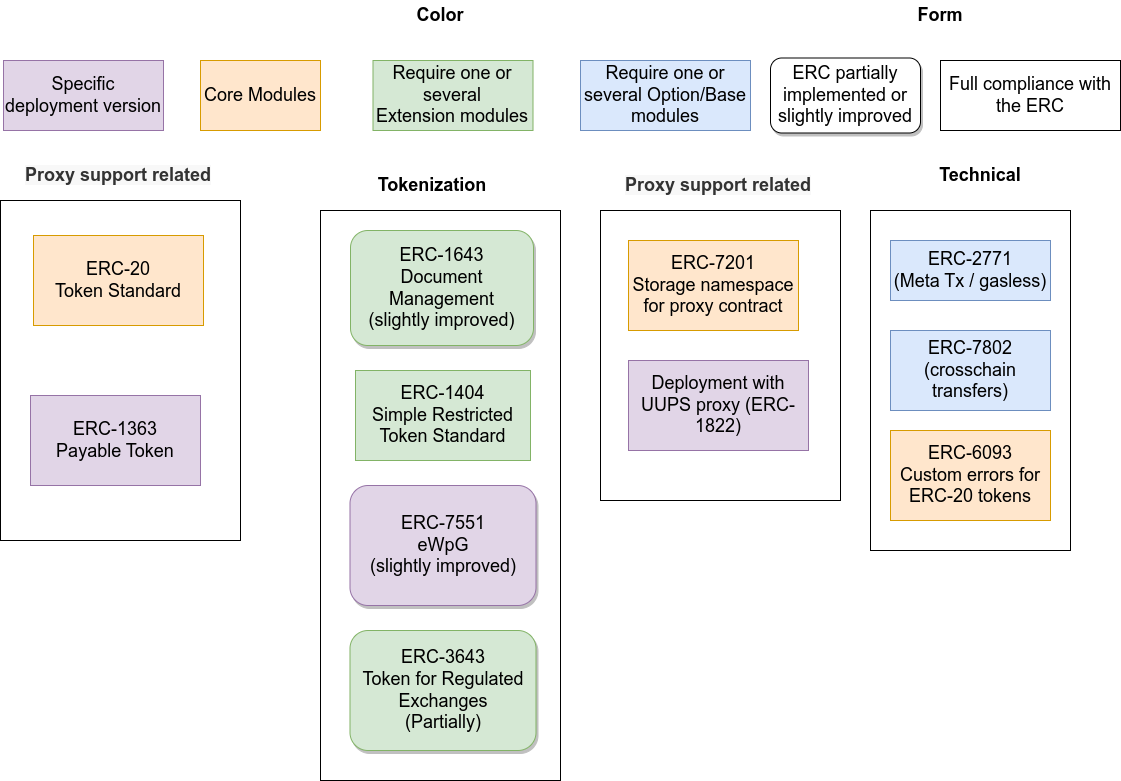
This is doc/schema/drawio/architecture-ERC.drawio.png from CMTA/CMTAT, a draw.io export, as it was before one commit. Source tidied: cells renumbered, new cells last; positions are measured from the earlier drawing's top-left corner, leaving out a move shared by most shapes.
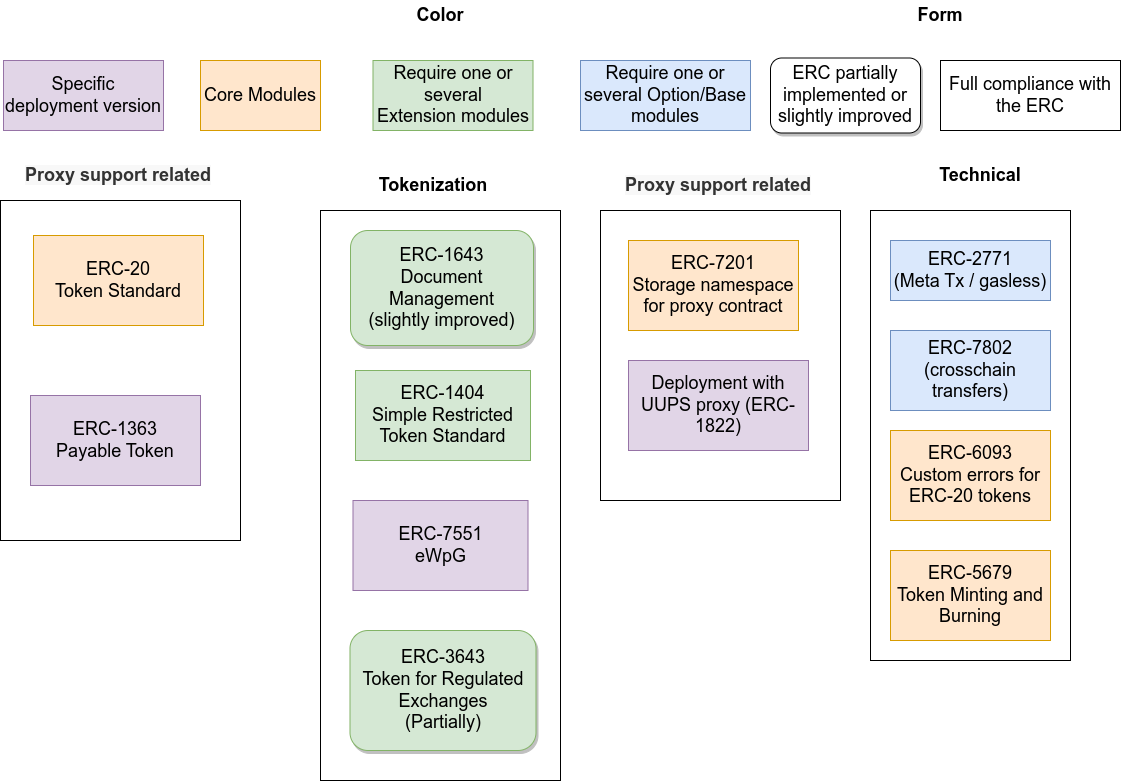
After the commit.

What changed in the source:
```diff
@@ -18,7 +18,7 @@
       <mxGeometry x="628" y="240" width="170" height="90" as="geometry" />
     </mxCell>
     <mxCell id="7" style="rounded=0;whiteSpace=wrap;html=1;fontSize=18;" parent="1" vertex="1">
-      <mxGeometry x="870" y="210" width="200" height="340" as="geometry" />
+      <mxGeometry x="870" y="210" width="200" height="450" as="geometry" />
     </mxCell>
     <mxCell id="8" value="Technical" style="text;html=1;strokeColor=none;fillColor=none;align=center;verticalAlign=middle;whiteSpace=wrap;rounded=0;fontSize=18;fontStyle=1;" parent="1" vertex="1">
       <mxGeometry x="950" y="160" width="60" height="30" as="geometry" />
@@ -74,14 +74,17 @@
     <mxCell id="25" value="&lt;font style=&quot;font-size: 18px;&quot;&gt;ERC-3643&lt;br&gt;Token for Regulated Exchanges&lt;br&gt;(Partially)&lt;/font&gt;" style="rounded=1;whiteSpace=wrap;html=1;glass=0;sketch=0;shadow=1;fillColor=#d5e8d4;strokeColor=#82b366;" parent="1" vertex="1">
       <mxGeometry x="349.5" y="630" width="186" height="120" as="geometry" />
     </mxCell>
-    <mxCell id="26" value="&lt;span style=&quot;font-size: 18px;&quot;&gt;ERC-7551&lt;/span&gt;&lt;br style=&quot;font-size: 18px;&quot;&gt;&lt;span style=&quot;font-size: 18px;&quot;&gt;eWpG&lt;/span&gt;&lt;br style=&quot;font-size: 18px;&quot;&gt;&lt;span style=&quot;font-size: 18px;&quot;&gt;(slightly improved)&lt;/span&gt;" style="rounded=1;whiteSpace=wrap;html=1;glass=0;sketch=0;shadow=1;fillColor=#e1d5e7;strokeColor=#9673a6;" parent="1" vertex="1">
-      <mxGeometry x="349.5" y="485" width="186" height="120" as="geometry" />
-    </mxCell>
     <mxCell id="27" value="Color" style="text;html=1;strokeColor=none;fillColor=none;align=center;verticalAlign=middle;whiteSpace=wrap;rounded=0;shadow=1;glass=0;sketch=0;fontSize=18;fontStyle=1;" parent="1" vertex="1">
       <mxGeometry x="410" width="60" height="30" as="geometry" />
     </mxCell>
     <mxCell id="28" value="Form" style="text;html=1;strokeColor=none;fillColor=none;align=center;verticalAlign=middle;whiteSpace=wrap;rounded=0;shadow=1;glass=0;sketch=0;fontSize=18;fontStyle=1;" parent="1" vertex="1">
       <mxGeometry x="910" width="60" height="30" as="geometry" />
     </mxCell>
+    <mxCell id="29" value="ERC-5679&lt;br style=&quot;font-size: 18px;&quot;&gt;Token Minting and Burning" style="rounded=0;whiteSpace=wrap;html=1;fontSize=18;fillColor=#ffe6cc;strokeColor=#d79b00;" parent="1" vertex="1">
+      <mxGeometry x="890" y="550" width="160" height="90" as="geometry" />
+    </mxCell>
+    <mxCell id="30" value="ERC-7551&lt;br&gt;eWpG" style="rounded=0;whiteSpace=wrap;html=1;fontSize=18;fillColor=#e1d5e7;strokeColor=#9673a6;" parent="1" vertex="1">
+      <mxGeometry x="352.5" y="500" width="175" height="90" as="geometry" />
+    </mxCell>
   </root>
 </mxGraphModel>
```
